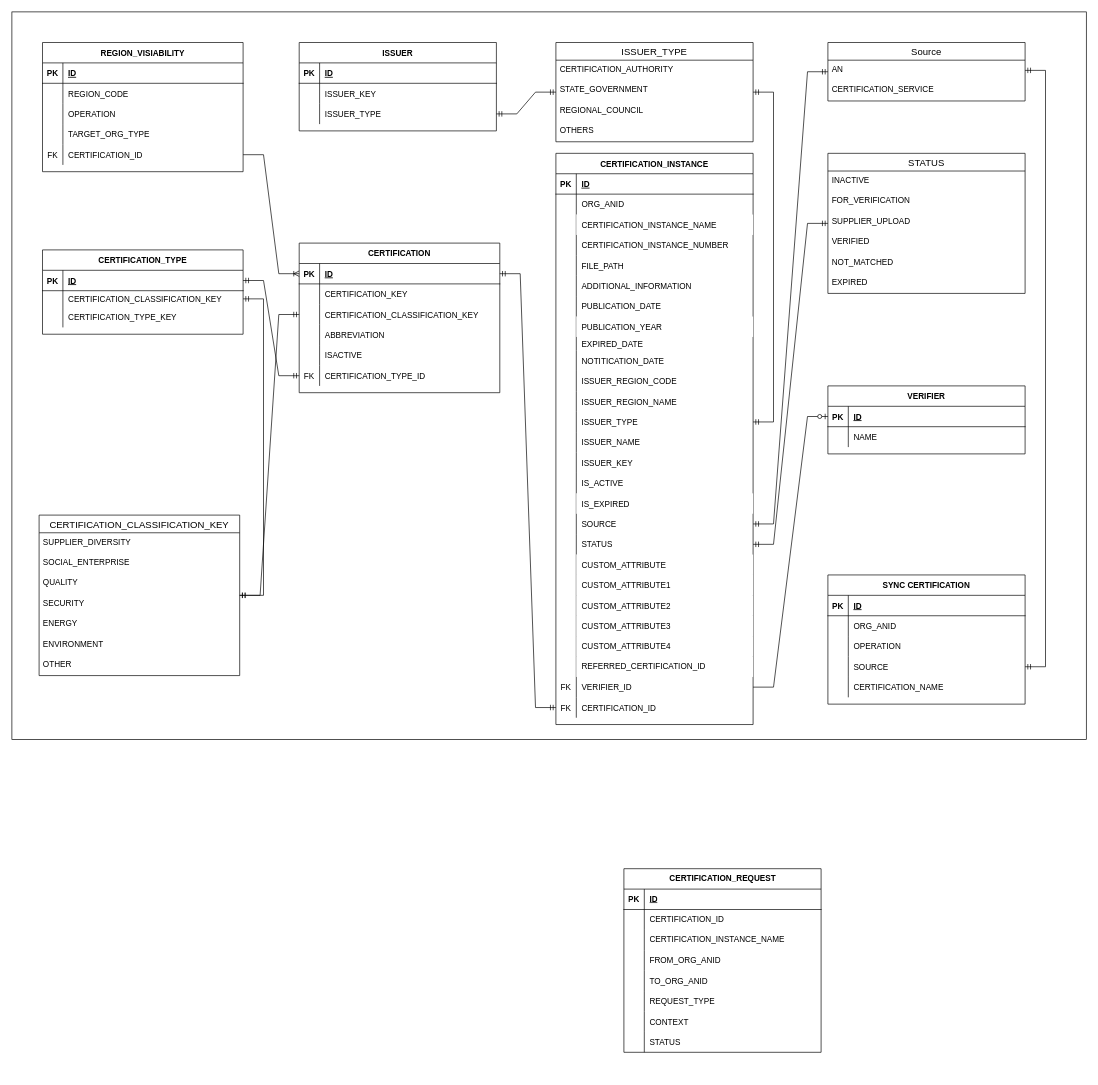
Earlier version of the draw.io diagram page "Model" (3 of 26) of certificationService.er.drawio (huangshijie/Drawio). Source tidied: cells renumbered, new cells numbered last; positions are measured from the earlier drawing's top-left corner, leaving out a move shared by most shapes. Both pictures are drawn from the tidied source at 68%, with x=0, y=0 at pixel (12, 12).
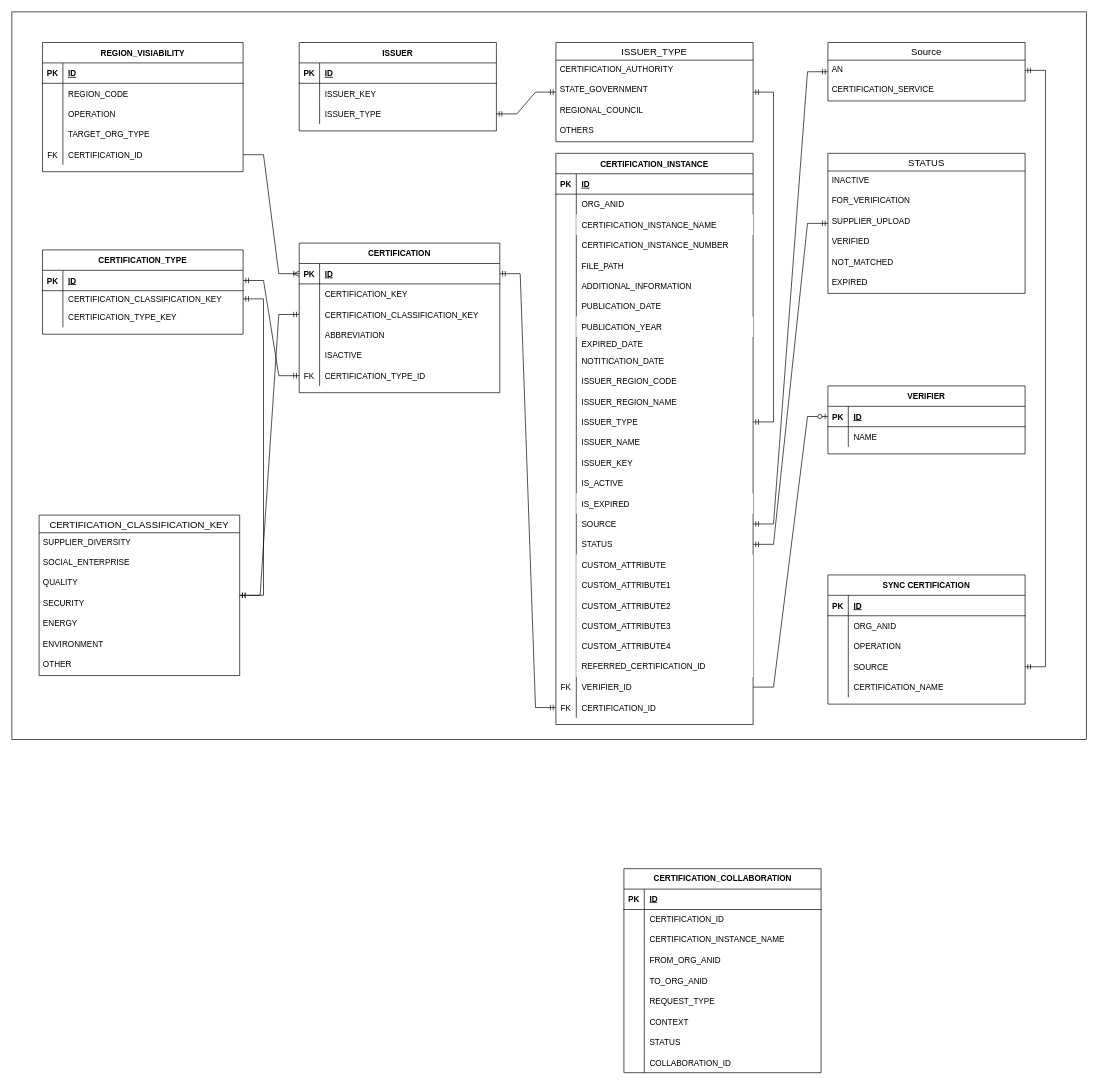
The same diagram, later.

The edit, as a diff of the source:
```diff
@@
-    <mxCell id="199" value="CERTIFICATION_REQUEST" style="shape=table;startSize=30;childLayout=tableLayout;rowLines=0;fontStyle=1;align=center;html=1;" parent="1" vertex="1">
-      <mxGeometry x="900" y="1260" width="290" height="270" as="geometry" />
+    <mxCell id="199" value="CERTIFICATION_COLLABORATION" style="shape=table;startSize=30;childLayout=tableLayout;rowLines=0;fontStyle=1;align=center;html=1;" parent="1" vertex="1">
+      <mxGeometry x="900" y="1260" width="290" height="300" as="geometry" />
     </mxCell>
@@
+    <mxCell id="224" style="shape=tableRow;horizontal=0;startSize=0;swimlaneHead=0;swimlaneBody=0;fillColor=none;top=0;left=0;right=0;bottom=0;" parent="199" vertex="1">
+      <mxGeometry y="270" width="290" height="30" as="geometry" />
+    </mxCell>
+    <mxCell id="225" style="shape=partialRectangle;fillColor=none;top=0;left=0;bottom=0;right=0;overflow=hidden;" parent="224" vertex="1">
+      <mxGeometry width="30" height="30" as="geometry" />
+    </mxCell>
+    <mxCell id="226" value="COLLABORATION_ID" style="shape=partialRectangle;fillColor=none;top=0;left=0;bottom=0;right=0;align=left;spacingLeft=6;overflow=hidden;" parent="224" vertex="1">
+      <mxGeometry x="30" width="260" height="30" as="geometry" />
+    </mxCell>
```
